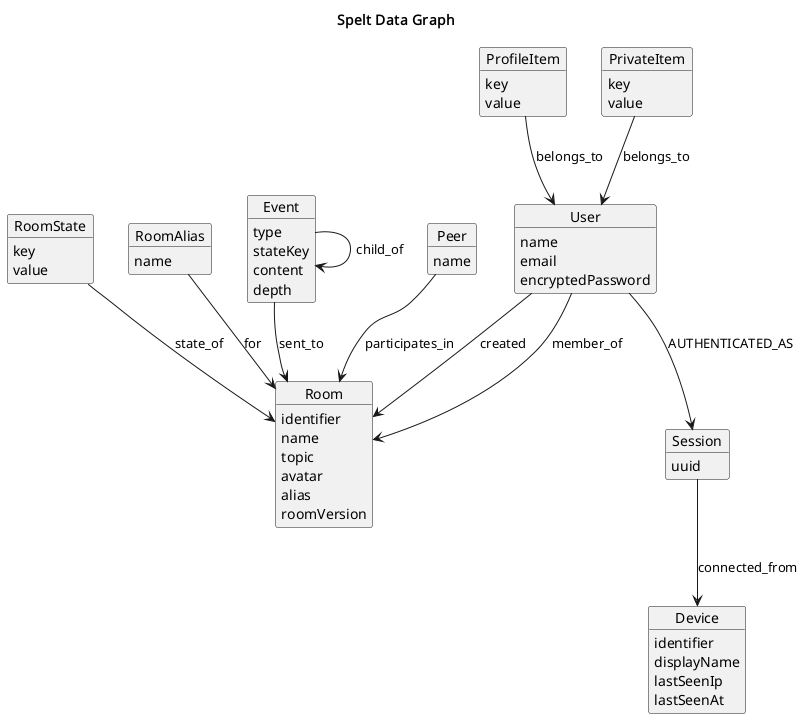
This is doc/data_graph.png from jec/spelt-scala, a PlantUML export, as it was before one commit.
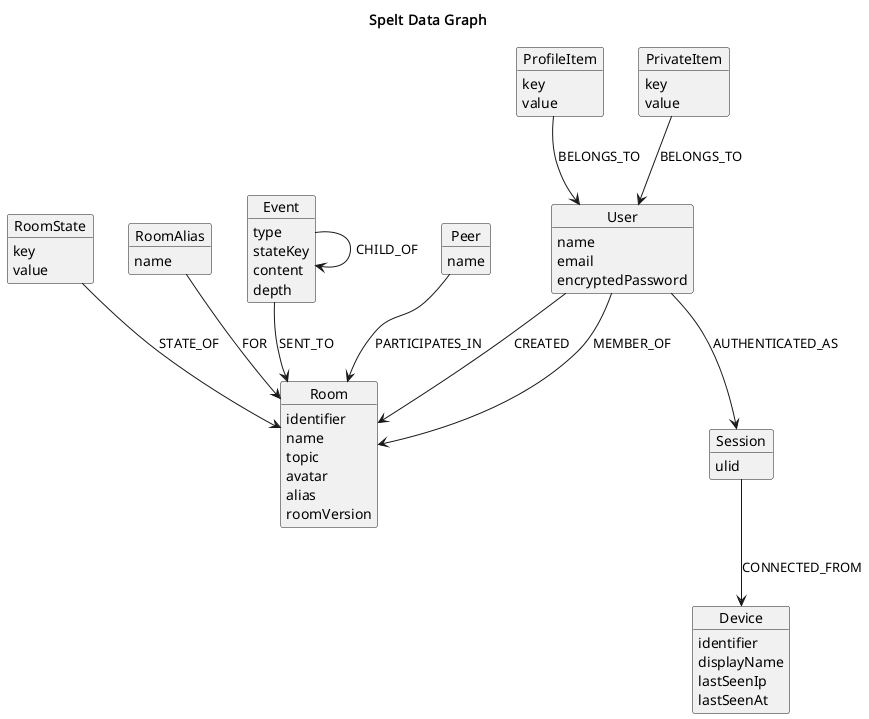
After the change.

Commit message:
Create Device node when creating a new Session

What changed in the source:
```diff
@@ -16,7 +16,7 @@
   value
 }
 object Session {
-  uuid
+  ulid
 }
 object Device {
   identifier
@@ -50,15 +50,15 @@
 }
 
 User --> Session : AUTHENTICATED_AS
-User --> Room : created
-User --> Room : member_of
-ProfileItem --> User : belongs_to
-PrivateItem --> User : belongs_to
-RoomState --> Room : state_of
-RoomAlias --> Room : for
-Session --> Device : connected_from
-Event --> Event : child_of
-Event --> Room : sent_to
-Peer --> Room : participates_in
+User --> Room : CREATED
+User --> Room : MEMBER_OF
+ProfileItem --> User : BELONGS_TO
+PrivateItem --> User : BELONGS_TO
+RoomState --> Room : STATE_OF
+RoomAlias --> Room : FOR
+Session --> Device : CONNECTED_FROM
+Event --> Event : CHILD_OF
+Event --> Room : SENT_TO
+Peer --> Room : PARTICIPATES_IN
 
 @enduml
```
